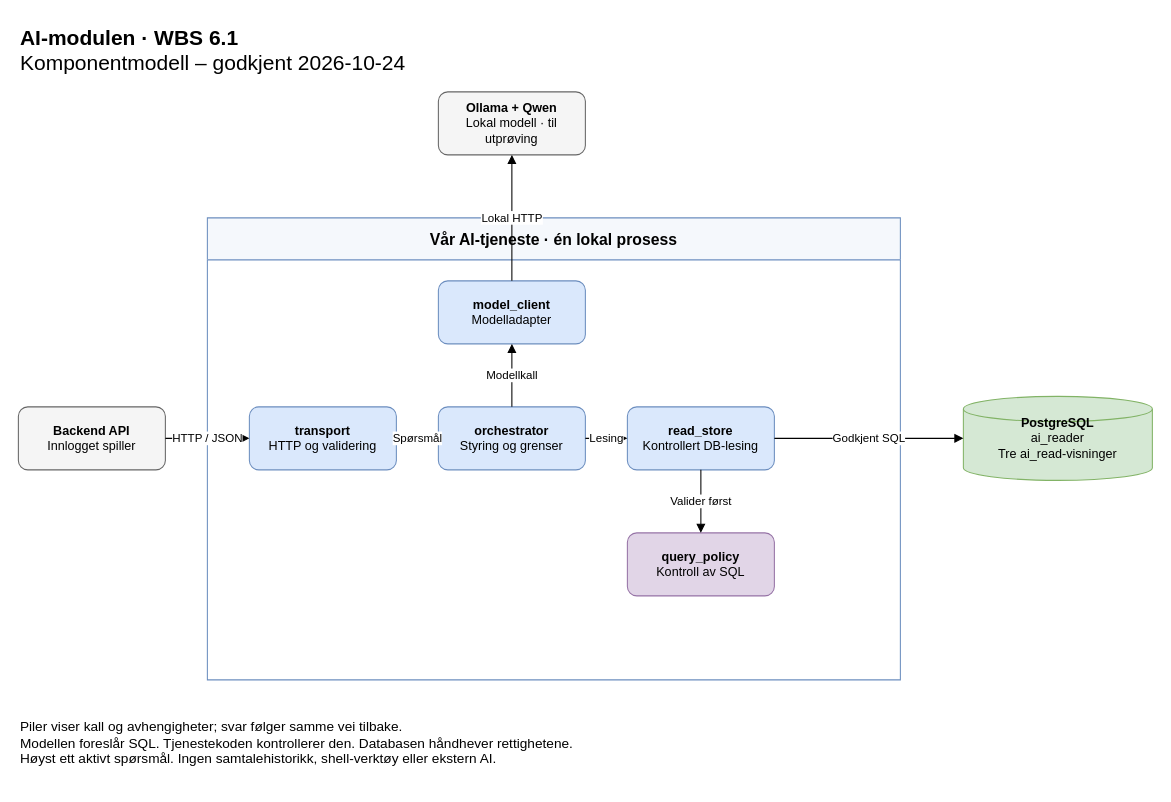
The draw.io diagram backend/spec/models/ai-components.drawio in Hoglar/mikrobitGames, before the edit. Source tidied: cells renumbered, new cells numbered last; positions are measured from the earlier drawing's top-left corner, leaving out a move shared by most shapes. Both pictures are drawn from the tidied source at 105%, with x=0, y=0 at pixel (18, 18).
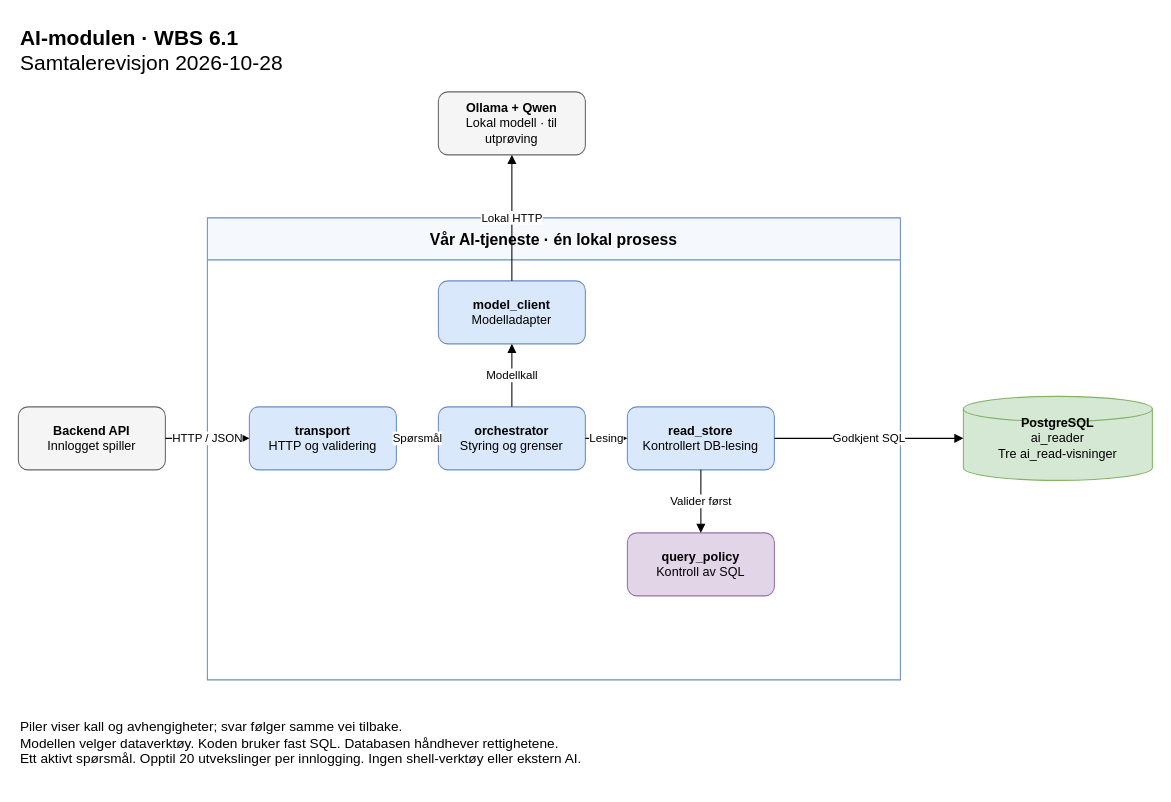
The same diagram, later.

Diff of the diagram source:
```diff
@@
 <mxGraphModel>
   <root>
     <mxCell id="0" />
     <mxCell id="1" parent="0" />
-    <mxCell id="2" value="&lt;b&gt;AI-modulen · WBS 6.1&lt;/b&gt;&lt;br&gt;Komponentmodell – godkjent 2026-10-24" style="rounded=1;whiteSpace=wrap;html=1;fontSize=12;fillColor=#dae8fc;strokeColor=#6c8ebf;text;fillColor=none;strokeColor=none;align=left;fontSize=20;" parent="1" vertex="1">
+    <mxCell id="2" value="&lt;b&gt;AI-modulen · WBS 6.1&lt;/b&gt;&lt;br&gt;Samtalerevisjon 2026-10-28" style="rounded=1;whiteSpace=wrap;html=1;fontSize=12;fillColor=#dae8fc;strokeColor=#6c8ebf;text;fillColor=none;strokeColor=none;align=left;fontSize=20;" parent="1" vertex="1">
       <mxGeometry width="760" height="60" as="geometry" />
     </mxCell>
     <mxCell id="3" value="&lt;b&gt;Vår AI-tjeneste&lt;/b&gt; · én lokal prosess" style="rounded=1;whiteSpace=wrap;html=1;fontSize=12;fillColor=#dae8fc;strokeColor=#6c8ebf;swimlane;startSize=40;fillColor=#f5f8fc;swimlaneFillColor=#ffffff;strokeColor=#6c8ebf;rounded=0;fontSize=15;" parent="1" vertex="1">
       <mxGeometry x="180" y="190" width="660" height="440" as="geometry" />
     </mxCell>
     <mxCell id="4" value="&lt;b&gt;transport&lt;/b&gt;&lt;br&gt;HTTP og validering" style="rounded=1;whiteSpace=wrap;html=1;fontSize=12;fillColor=#dae8fc;strokeColor=#6c8ebf;" parent="3" vertex="1">
       <mxGeometry x="40" y="180" width="140" height="60" as="geometry" />
     </mxCell>
     <mxCell id="5" value="&lt;b&gt;orchestrator&lt;/b&gt;&lt;br&gt;Styring og grenser" style="rounded=1;whiteSpace=wrap;html=1;fontSize=12;fillColor=#dae8fc;strokeColor=#6c8ebf;" parent="3" vertex="1">
       <mxGeometry x="220" y="180" width="140" height="60" as="geometry" />
     </mxCell>
     <mxCell id="6" value="&lt;b&gt;model_client&lt;/b&gt;&lt;br&gt;Modelladapter" style="rounded=1;whiteSpace=wrap;html=1;fontSize=12;fillColor=#dae8fc;strokeColor=#6c8ebf;" parent="3" vertex="1">
       <mxGeometry x="220" y="60" width="140" height="60" as="geometry" />
     </mxCell>
     <mxCell id="7" value="&lt;b&gt;read_store&lt;/b&gt;&lt;br&gt;Kontrollert DB-lesing" style="rounded=1;whiteSpace=wrap;html=1;fontSize=12;fillColor=#dae8fc;strokeColor=#6c8ebf;" parent="3" vertex="1">
       <mxGeometry x="400" y="180" width="140" height="60" as="geometry" />
     </mxCell>
     <mxCell id="8" value="&lt;b&gt;query_policy&lt;/b&gt;&lt;br&gt;Kontroll av SQL" style="rounded=1;whiteSpace=wrap;html=1;fontSize=12;fillColor=#dae8fc;strokeColor=#6c8ebf;fillColor=#e1d5e7;strokeColor=#9673a6;" parent="3" vertex="1">
       <mxGeometry x="400" y="300" width="140" height="60" as="geometry" />
     </mxCell>
     <mxCell id="9" value="&lt;b&gt;Backend API&lt;/b&gt;&lt;br&gt;Innlogget spiller" style="rounded=1;whiteSpace=wrap;html=1;fontSize=12;fillColor=#dae8fc;strokeColor=#6c8ebf;fillColor=#f5f5f5;strokeColor=#666666;" parent="1" vertex="1">
       <mxGeometry y="370" width="140" height="60" as="geometry" />
     </mxCell>
     <mxCell id="10" value="&lt;b&gt;Ollama + Qwen&lt;/b&gt;&lt;br&gt;Lokal modell · til utprøving" style="rounded=1;whiteSpace=wrap;html=1;fontSize=12;fillColor=#dae8fc;strokeColor=#6c8ebf;fillColor=#f5f5f5;strokeColor=#666666;" parent="1" vertex="1">
       <mxGeometry x="400" y="70" width="140" height="60" as="geometry" />
     </mxCell>
     <mxCell id="11" value="&lt;b&gt;PostgreSQL&lt;/b&gt;&lt;br&gt;ai_reader&lt;br&gt;Tre ai_read-visninger" style="rounded=1;whiteSpace=wrap;html=1;fontSize=12;fillColor=#dae8fc;strokeColor=#6c8ebf;shape=cylinder3;size=12;fillColor=#d5e8d4;strokeColor=#82b366;" parent="1" vertex="1">
       <mxGeometry x="900" y="360" width="180" height="80" as="geometry" />
     </mxCell>
     <mxCell id="12" value="HTTP / JSON" style="edgeStyle=orthogonalEdgeStyle;rounded=1;html=1;endArrow=block;endFill=1;fontSize=11;defaultLabelBackgroundColor=page;" parent="1" edge="1" source="9" target="4">
       <mxGeometry relative="1" as="geometry" />
     </mxCell>
     <mxCell id="13" value="Spørsmål" style="edgeStyle=orthogonalEdgeStyle;rounded=1;html=1;endArrow=block;endFill=1;fontSize=11;defaultLabelBackgroundColor=page;" parent="3" edge="1" source="4" target="5">
       <mxGeometry relative="1" as="geometry" />
     </mxCell>
     <mxCell id="14" value="Modellkall" style="edgeStyle=orthogonalEdgeStyle;rounded=1;html=1;endArrow=block;endFill=1;fontSize=11;defaultLabelBackgroundColor=page;" parent="3" edge="1" source="5" target="6">
       <mxGeometry relative="1" as="geometry" />
     </mxCell>
     <mxCell id="15" value="Lesing" style="edgeStyle=orthogonalEdgeStyle;rounded=1;html=1;endArrow=block;endFill=1;fontSize=11;defaultLabelBackgroundColor=page;" parent="3" edge="1" source="5" target="7">
       <mxGeometry relative="1" as="geometry" />
     </mxCell>
     <mxCell id="16" value="Valider først" style="edgeStyle=orthogonalEdgeStyle;rounded=1;html=1;endArrow=block;endFill=1;fontSize=11;defaultLabelBackgroundColor=page;" parent="3" edge="1" source="7" target="8">
       <mxGeometry relative="1" as="geometry" />
     </mxCell>
     <mxCell id="17" value="Lokal HTTP" style="edgeStyle=orthogonalEdgeStyle;rounded=1;html=1;endArrow=block;endFill=1;fontSize=11;defaultLabelBackgroundColor=page;" parent="1" edge="1" source="6" target="10">
       <mxGeometry relative="1" as="geometry" />
     </mxCell>
     <mxCell id="18" value="Godkjent SQL" style="edgeStyle=orthogonalEdgeStyle;rounded=1;html=1;endArrow=block;endFill=1;fontSize=11;defaultLabelBackgroundColor=page;" parent="1" edge="1" source="7" target="11">
       <mxGeometry relative="1" as="geometry" />
     </mxCell>
-    <mxCell id="19" value="Piler viser kall og avhengigheter; svar følger samme vei tilbake.&lt;br&gt;Modellen foreslår SQL. Tjenestekoden kontrollerer den. Databasen håndhever rettighetene.&lt;br&gt;Høyst ett aktivt spørsmål. Ingen samtalehistorikk, shell-verktøy eller ekstern AI." style="rounded=1;whiteSpace=wrap;html=1;fontSize=12;fillColor=#dae8fc;strokeColor=#6c8ebf;text;fillColor=none;strokeColor=none;align=left;fontSize=13;" parent="1" vertex="1">
+    <mxCell id="19" value="Piler viser kall og avhengigheter; svar følger samme vei tilbake.&lt;br&gt;Modellen velger dataverktøy. Koden bruker fast SQL. Databasen håndhever rettighetene.&lt;br&gt;Ett aktivt spørsmål. Opptil 20 utvekslinger per innlogging. Ingen shell-verktøy eller ekstern AI." style="rounded=1;whiteSpace=wrap;html=1;fontSize=12;fillColor=#dae8fc;strokeColor=#6c8ebf;text;fillColor=none;strokeColor=none;align=left;fontSize=13;" parent="1" vertex="1">
       <mxGeometry y="660" width="1080" height="70" as="geometry" />
     </mxCell>
   </root>
 </mxGraphModel>
```
